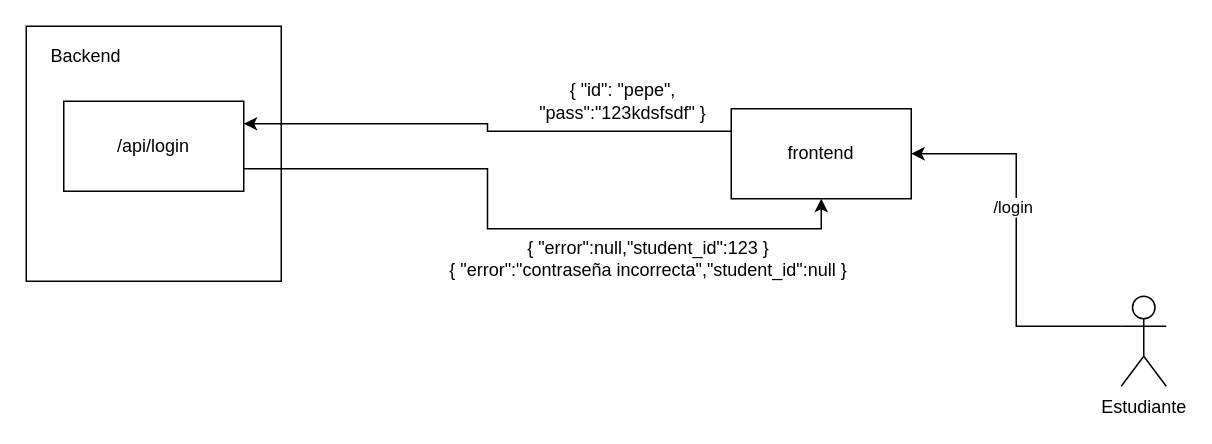
The draw.io diagram page "login" (3 of 3) of flujoRamos.drawio in notMago/Ciber-espacioCompartido, before the edit. Source tidied: cells renumbered, new cells numbered last; positions are measured from the earlier drawing's top-left corner, leaving out a move shared by most shapes. Both pictures are drawn from the tidied source at 150%, with x=0, y=0 at pixel (26, 26).
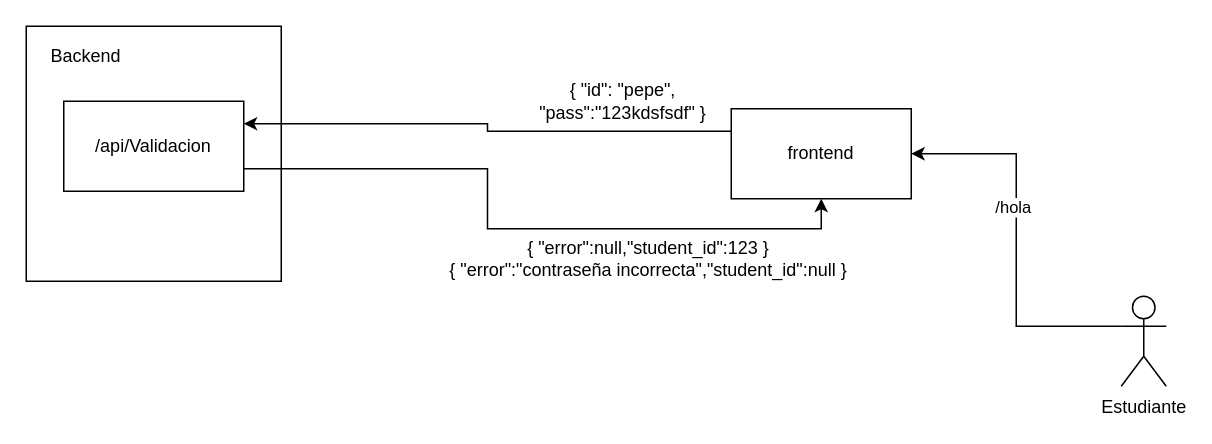
The same diagram, later.

What changed in the source:
```diff
@@
 <mxGraphModel>
   <root>
     <mxCell id="0" />
     <mxCell id="1" parent="0" />
     <mxCell id="2" style="rounded=0;whiteSpace=wrap;html=1;" parent="1" vertex="1">
       <mxGeometry width="170" height="170" as="geometry" />
     </mxCell>
     <mxCell id="3" style="edgeStyle=orthogonalEdgeStyle;rounded=0;jettySize=auto;html=1;exitX=0;exitY=0.3333333333333333;exitDx=0;exitDy=0;exitPerimeter=0;entryX=1;entryY=0.5;entryDx=0;entryDy=0;" parent="1" edge="1" source="5" target="9">
       <mxGeometry relative="1" as="geometry" />
     </mxCell>
-    <mxCell id="4" value="/login" style="edgeLabel;html=1;align=center;verticalAlign=middle;" parent="3" vertex="1">
+    <mxCell id="4" value="/hola" style="edgeLabel;html=1;align=center;verticalAlign=middle;" parent="3" vertex="1">
       <mxGeometry x="0.18" y="3" relative="1" as="geometry" />
     </mxCell>
     <mxCell id="5" value="Estudiante" style="shape=umlActor;verticalLabelPosition=bottom;verticalAlign=top;html=1;outlineConnect=0;" parent="1" vertex="1">
       <mxGeometry x="730" y="180" width="30" height="60" as="geometry" />
     </mxCell>
     <mxCell id="6" style="edgeStyle=orthogonalEdgeStyle;rounded=0;jettySize=auto;html=1;exitX=1;exitY=0.75;exitDx=0;exitDy=0;entryX=0.5;entryY=1;entryDx=0;entryDy=0;" parent="1" edge="1" source="7" target="9">
       <mxGeometry relative="1" as="geometry" />
     </mxCell>
-    <mxCell id="7" value="/api/login" style="rounded=0;whiteSpace=wrap;html=1;" parent="1" vertex="1">
+    <mxCell id="7" value="/api/Validacion" style="rounded=0;whiteSpace=wrap;html=1;" parent="1" vertex="1">
       <mxGeometry x="25" y="50" width="120" height="60" as="geometry" />
     </mxCell>
     <mxCell id="8" style="edgeStyle=orthogonalEdgeStyle;rounded=0;jettySize=auto;html=1;exitX=0;exitY=0.25;exitDx=0;exitDy=0;entryX=1;entryY=0.25;entryDx=0;entryDy=0;" parent="1" edge="1" source="9" target="7">
       <mxGeometry relative="1" as="geometry" />
     </mxCell>
     <mxCell id="9" value="frontend" style="whiteSpace=wrap;html=1;" parent="1" vertex="1">
       <mxGeometry x="470" y="55" width="120" height="60" as="geometry" />
     </mxCell>
     <mxCell id="10" value="{ &quot;id&quot;: &quot;pepe&quot;, &quot;pass&quot;:&quot;123kdsfsdf&quot; }" style="text;html=1;strokeColor=none;fillColor=none;align=center;verticalAlign=middle;whiteSpace=wrap;rounded=0;" parent="1" vertex="1">
       <mxGeometry x="330" y="30" width="136" height="40" as="geometry" />
     </mxCell>
     <mxCell id="11" value="{ &quot;error&quot;:null,&quot;student_id&quot;:123 }&lt;br&gt;{ &quot;error&quot;:&quot;contraseña incorrecta&quot;,&quot;student_id&quot;:null }" style="text;html=1;strokeColor=none;fillColor=none;align=center;verticalAlign=middle;whiteSpace=wrap;rounded=0;" parent="1" vertex="1">
       <mxGeometry x="280" y="140" width="270" height="30" as="geometry" />
     </mxCell>
     <mxCell id="12" value="Backend" style="text;html=1;strokeColor=none;fillColor=none;align=center;verticalAlign=middle;whiteSpace=wrap;rounded=0;" parent="1" vertex="1">
       <mxGeometry x="20" y="10" width="40" height="20" as="geometry" />
     </mxCell>
   </root>
 </mxGraphModel>
```
